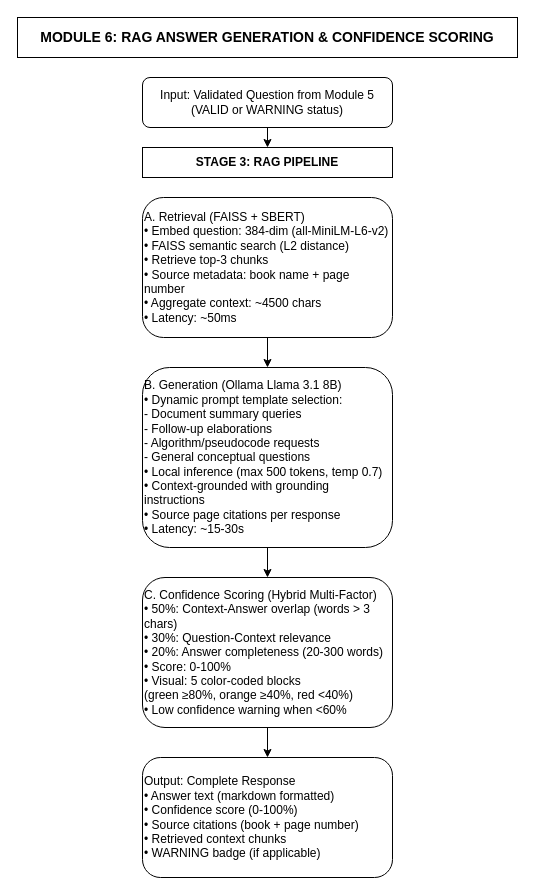
The draw.io diagram architecture/module6_rag.drawio in Rajalakshmi2110/academic_system, before the edit. Source tidied: cells renumbered, new cells numbered last; positions are measured from the earlier drawing's top-left corner, leaving out a move shared by most shapes. Both pictures are drawn from the tidied source at 100%, with x=0, y=0 at pixel (17, 17).
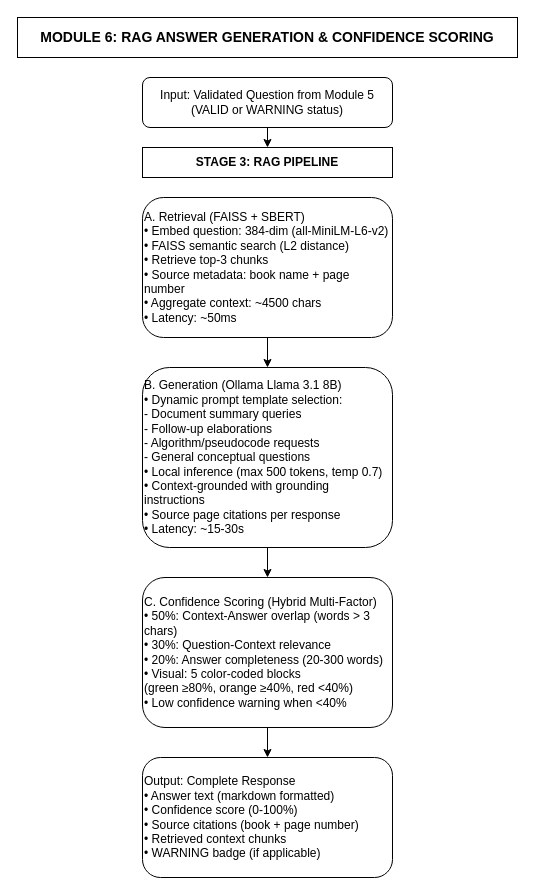
After the change.

Commit message (it also covers changes not shown here):
feat: merge Voice into Admin Dashboard as Module 8, renumber subjects to Module 7

Final module list:
1. Content Ingestion
2. Vector Database Construction
3. Training Data Generation
4. DistilBERT Fine-Tuning
5. Three-Stage Validation Pipeline
6. RAG Answer Generation & Confidence Scoring
7. Multi-Subject Management
8. Admin Dashboard & Accessibility

Change to the diagram source:
```diff
@@
 <mxGraphModel>
   <root>
     <mxCell id="0" />
     <mxCell id="1" parent="0" />
     <mxCell id="2" value="MODULE 6: RAG ANSWER GENERATION &amp; CONFIDENCE SCORING" style="rounded=0;whiteSpace=wrap;html=1;fontStyle=1;fontSize=14;" parent="1" vertex="1">
       <mxGeometry width="500" height="40" as="geometry" />
     </mxCell>
     <mxCell id="3" value="Input: Validated Question from Module 5&lt;br&gt;(VALID or WARNING status)" style="rounded=1;whiteSpace=wrap;html=1;" parent="1" vertex="1">
       <mxGeometry x="125" y="60" width="250" height="50" as="geometry" />
     </mxCell>
     <mxCell id="4" value="STAGE 3: RAG PIPELINE" style="rounded=0;whiteSpace=wrap;html=1;fontStyle=1;fontSize=12;" parent="1" vertex="1">
       <mxGeometry x="125" y="130" width="250" height="30" as="geometry" />
     </mxCell>
     <mxCell id="5" value="A. Retrieval (FAISS + SBERT)&lt;br&gt;• Embed question: 384-dim (all-MiniLM-L6-v2)&lt;br&gt;• FAISS semantic search (L2 distance)&lt;br&gt;• Retrieve top-3 chunks&lt;br&gt;• Source metadata: book name + page number&lt;br&gt;• Aggregate context: ~4500 chars&lt;br&gt;• Latency: ~50ms" style="rounded=1;whiteSpace=wrap;html=1;align=left;" parent="1" vertex="1">
       <mxGeometry x="125" y="180" width="250" height="140" as="geometry" />
     </mxCell>
     <mxCell id="6" value="B. Generation (Ollama Llama 3.1 8B)&lt;br&gt;• Dynamic prompt template selection:&lt;br&gt;  - Document summary queries&lt;br&gt;  - Follow-up elaborations&lt;br&gt;  - Algorithm/pseudocode requests&lt;br&gt;  - General conceptual questions&lt;br&gt;• Local inference (max 500 tokens, temp 0.7)&lt;br&gt;• Context-grounded with grounding instructions&lt;br&gt;• Source page citations per response&lt;br&gt;• Latency: ~15-30s" style="rounded=1;whiteSpace=wrap;html=1;align=left;" parent="1" vertex="1">
       <mxGeometry x="125" y="350" width="250" height="180" as="geometry" />
     </mxCell>
-    <mxCell id="7" value="C. Confidence Scoring (Hybrid Multi-Factor)&lt;br&gt;• 50%: Context-Answer overlap (words &gt; 3 chars)&lt;br&gt;• 30%: Question-Context relevance&lt;br&gt;• 20%: Answer completeness (20-300 words)&lt;br&gt;• Score: 0-100%&lt;br&gt;• Visual: 5 color-coded blocks&lt;br&gt;  (green ≥80%, orange ≥40%, red &lt;40%)&lt;br&gt;• Low confidence warning when &lt;60%" style="rounded=1;whiteSpace=wrap;html=1;align=left;" parent="1" vertex="1">
+    <mxCell id="7" value="C. Confidence Scoring (Hybrid Multi-Factor)&lt;br&gt;• 50%: Context-Answer overlap (words &amp;gt; 3 chars)&lt;br&gt;• 30%: Question-Context relevance&lt;br&gt;• 20%: Answer completeness (20-300 words)&lt;br&gt;• Visual: 5 color-coded blocks&lt;br&gt;  (green ≥80%, orange ≥40%, red &amp;lt;40%)&lt;br&gt;• Low confidence warning when &amp;lt;40%" style="rounded=1;whiteSpace=wrap;html=1;align=left;" parent="1" vertex="1">
       <mxGeometry x="125" y="560" width="250" height="150" as="geometry" />
     </mxCell>
     <mxCell id="8" value="Output: Complete Response&lt;br&gt;• Answer text (markdown formatted)&lt;br&gt;• Confidence score (0-100%)&lt;br&gt;• Source citations (book + page number)&lt;br&gt;• Retrieved context chunks&lt;br&gt;• WARNING badge (if applicable)" style="rounded=1;whiteSpace=wrap;html=1;align=left;" parent="1" vertex="1">
       <mxGeometry x="125" y="740" width="250" height="120" as="geometry" />
     </mxCell>
     <mxCell id="9" style="edgeStyle=orthogonalEdgeStyle;rounded=0;jettySize=auto;html=1;" parent="1" edge="1" source="3">
       <mxGeometry relative="1" as="geometry">
         <mxPoint x="250" y="130" as="targetPoint" />
       </mxGeometry>
     </mxCell>
     <mxCell id="10" style="edgeStyle=orthogonalEdgeStyle;rounded=0;jettySize=auto;html=1;" parent="1" edge="1" source="5" target="6">
       <mxGeometry relative="1" as="geometry" />
     </mxCell>
     <mxCell id="11" style="edgeStyle=orthogonalEdgeStyle;rounded=0;jettySize=auto;html=1;" parent="1" edge="1" source="6" target="7">
       <mxGeometry relative="1" as="geometry" />
     </mxCell>
     <mxCell id="12" style="edgeStyle=orthogonalEdgeStyle;rounded=0;jettySize=auto;html=1;" parent="1" edge="1" source="7" target="8">
       <mxGeometry relative="1" as="geometry" />
     </mxCell>
   </root>
 </mxGraphModel>
```
